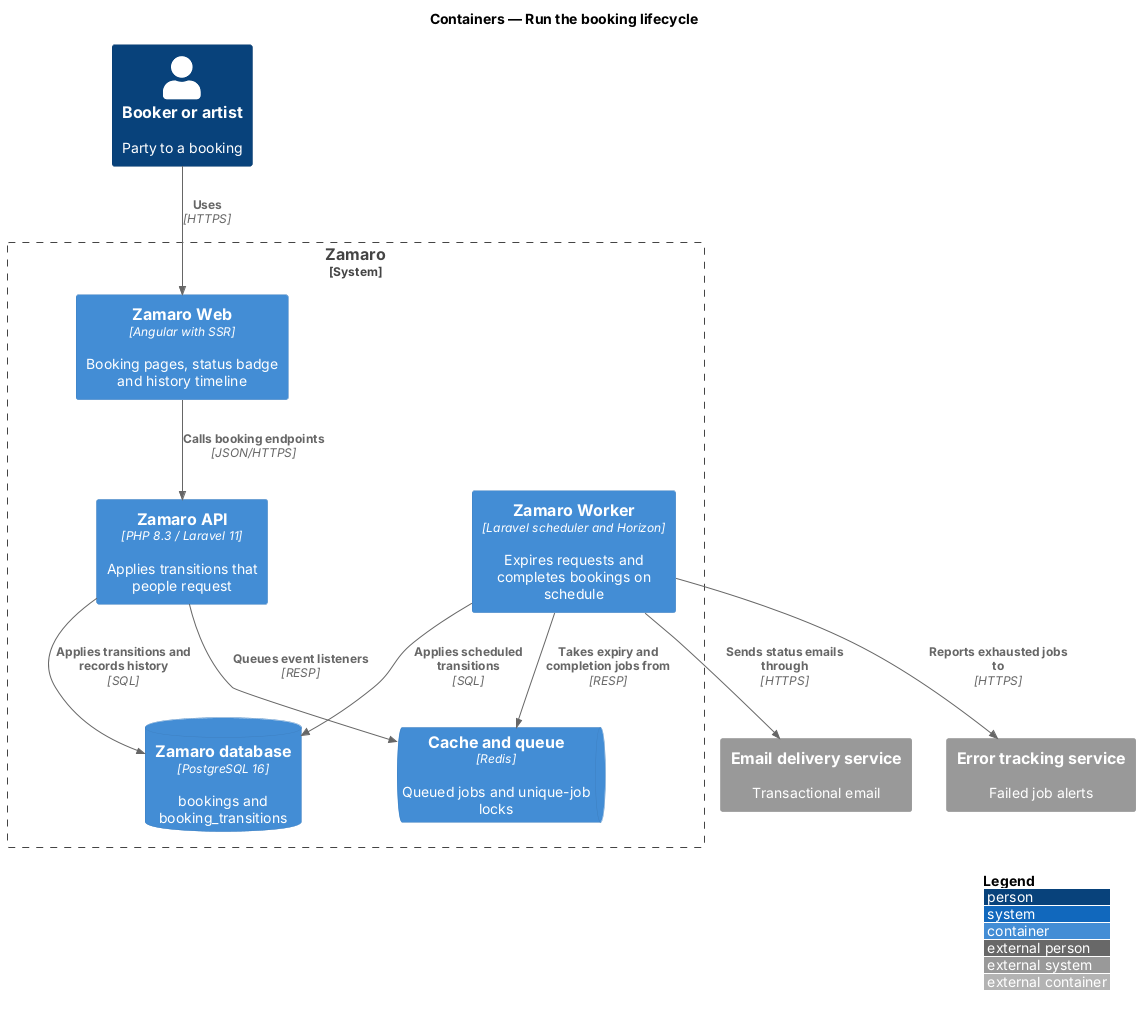
QuinntyneBrown/zamaro keeps this PlantUML diagram as docs/detailed-designs/bookings/run-booking-lifecycle/diagrams/c4-container.png. Above is the earlier version.
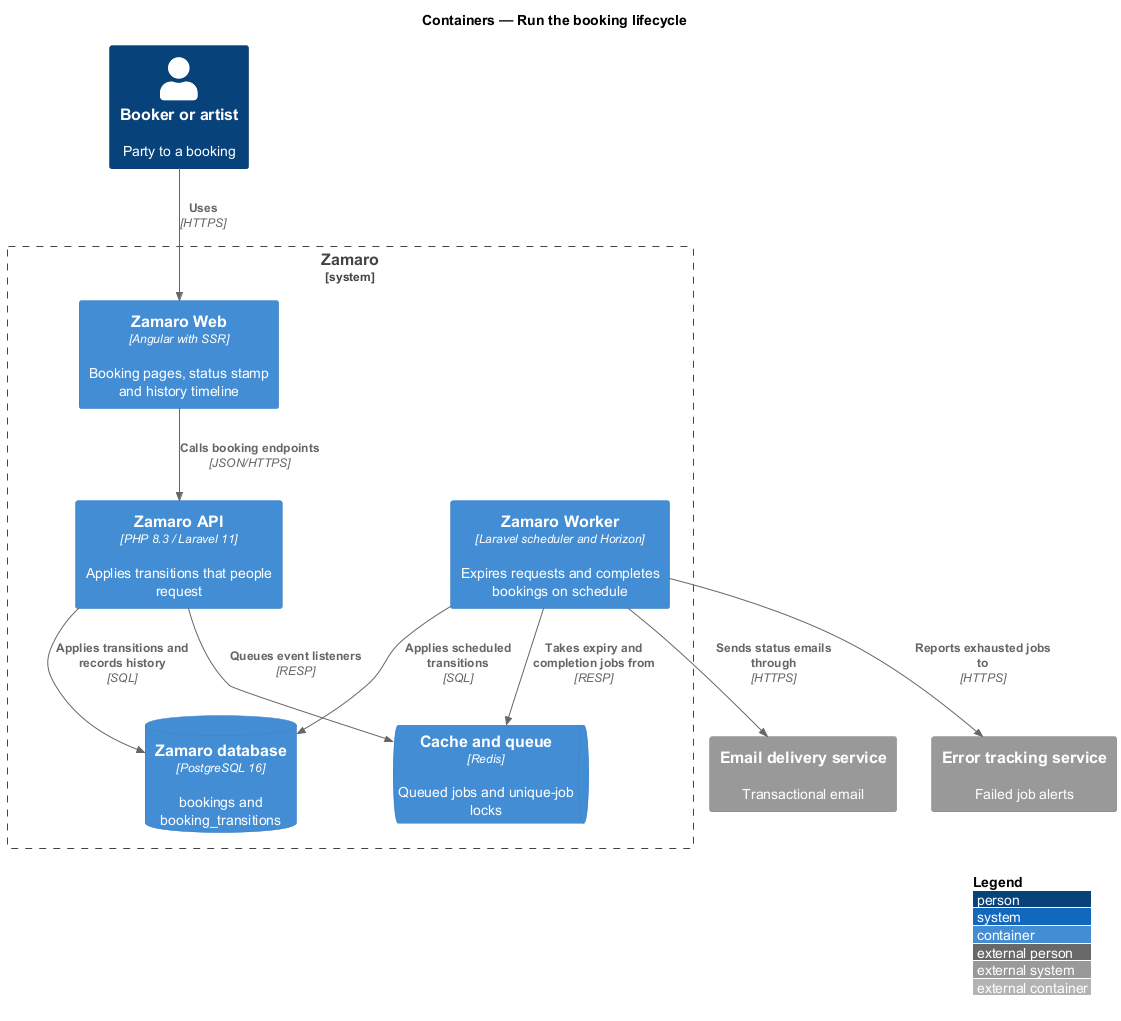
After the commit.

What changed in the source:
```diff
@@ -7,7 +7,7 @@
 System_Ext(email, "Email delivery service", "Transactional email")
 System_Ext(errors, "Error tracking service", "Failed job alerts")
 System_Boundary(zamaro, "Zamaro") {
-  Container(web, "Zamaro Web", "Angular with SSR", "Booking pages, status badge and history timeline")
+  Container(web, "Zamaro Web", "Angular with SSR", "Booking pages, status stamp and history timeline")
   Container(api, "Zamaro API", "PHP 8.3 / Laravel 11", "Applies transitions that people request")
   Container(worker, "Zamaro Worker", "Laravel scheduler and Horizon", "Expires requests and completes bookings on schedule")
   ContainerDb(db, "Zamaro database", "PostgreSQL 16", "bookings and booking_transitions")
```
